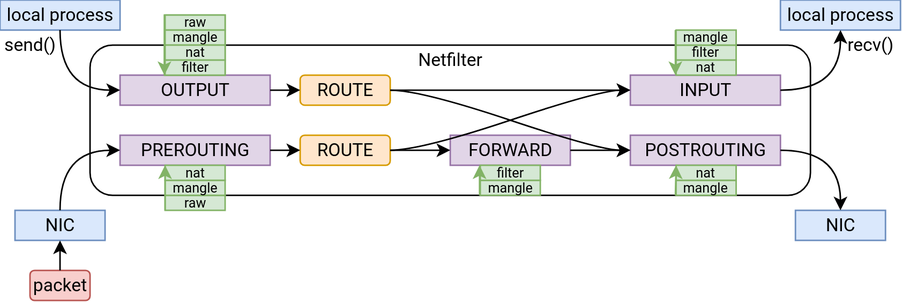
This is docs/images/netfilter-kernel-view-tables.svg from ustclug/Linux201-docs, a draw.io export, as it was before one commit. Source tidied: cells renumbered, new cells last; positions are measured from the earlier drawing's top-left corner, leaving out a move shared by most shapes. The source it was exported from:
```xml
<mxGraphModel>
  <root>
    <mxCell id="0" />
    <mxCell id="1" parent="0" />
    <mxCell id="2" style="rounded=1;whiteSpace=wrap;html=1;strokeColor=default;align=center;verticalAlign=middle;fontFamily=Roboto;fontSize=12;fontColor=default;fillColor=default;" parent="1" vertex="1">
      <mxGeometry x="60" y="30" width="480" height="100" as="geometry" />
    </mxCell>
    <mxCell id="3" value="PREROUTING" style="rounded=0;whiteSpace=wrap;html=1;fontFamily=Roboto;fillColor=#e1d5e7;strokeColor=#9673a6;" parent="1" vertex="1">
      <mxGeometry x="80" y="90" width="100" height="20" as="geometry" />
    </mxCell>
    <mxCell id="4" value="INPUT" style="rounded=0;whiteSpace=wrap;html=1;fontFamily=Roboto;fillColor=#e1d5e7;strokeColor=#9673a6;" parent="1" vertex="1">
      <mxGeometry x="420" y="50" width="100" height="20" as="geometry" />
    </mxCell>
    <mxCell id="5" value="OUTPUT" style="rounded=0;whiteSpace=wrap;html=1;fontFamily=Roboto;fillColor=#e1d5e7;strokeColor=#9673a6;" parent="1" vertex="1">
      <mxGeometry x="80" y="50" width="100" height="20" as="geometry" />
    </mxCell>
    <mxCell id="6" value="POSTROUTING" style="rounded=0;whiteSpace=wrap;html=1;fontFamily=Roboto;fillColor=#e1d5e7;strokeColor=#9673a6;" parent="1" vertex="1">
      <mxGeometry x="420" y="90" width="100" height="20" as="geometry" />
    </mxCell>
    <mxCell id="7" value="FORWARD" style="rounded=0;whiteSpace=wrap;html=1;fontFamily=Roboto;fillColor=#e1d5e7;strokeColor=#9673a6;" parent="1" vertex="1">
      <mxGeometry x="300" y="90" width="80" height="20" as="geometry" />
    </mxCell>
    <mxCell id="8" value="ROUTE" style="rounded=1;whiteSpace=wrap;html=1;fontFamily=Roboto;fillColor=#ffe6cc;strokeColor=#d79b00;" parent="1" vertex="1">
      <mxGeometry x="200" y="50" width="60" height="20" as="geometry" />
    </mxCell>
    <mxCell id="9" value="ROUTE" style="rounded=1;whiteSpace=wrap;html=1;fontFamily=Roboto;fillColor=#ffe6cc;strokeColor=#d79b00;" parent="1" vertex="1">
      <mxGeometry x="200" y="90" width="60" height="20" as="geometry" />
    </mxCell>
    <mxCell id="10" value="local process" style="rounded=0;whiteSpace=wrap;html=1;strokeColor=#6c8ebf;align=center;verticalAlign=middle;fontFamily=Roboto;fontSize=12;fillColor=#dae8fc;" parent="1" vertex="1">
      <mxGeometry width="80" height="20" as="geometry" />
    </mxCell>
    <mxCell id="11" value="send()" style="text;html=1;whiteSpace=wrap;strokeColor=none;fillColor=none;align=center;verticalAlign=middle;rounded=0;fontFamily=Roboto;fontSize=12;fontColor=default;" parent="1" vertex="1">
      <mxGeometry y="20" width="40" height="20" as="geometry" />
    </mxCell>
    <mxCell id="12" value="recv()" style="text;html=1;whiteSpace=wrap;strokeColor=none;fillColor=none;align=center;verticalAlign=middle;rounded=0;fontFamily=Roboto;fontSize=12;fontColor=default;" parent="1" vertex="1">
      <mxGeometry x="560" y="20" width="40" height="20" as="geometry" />
    </mxCell>
    <mxCell id="13" value="packet" style="rounded=1;whiteSpace=wrap;html=1;strokeColor=#b85450;align=center;verticalAlign=middle;fontFamily=Roboto;fontSize=12;fillColor=#f8cecc;" parent="1" vertex="1">
      <mxGeometry x="20" y="180" width="40" height="20" as="geometry" />
    </mxCell>
    <mxCell id="14" value="NIC" style="rounded=0;whiteSpace=wrap;html=1;strokeColor=#6c8ebf;align=center;verticalAlign=middle;fontFamily=Roboto;fontSize=12;fillColor=#dae8fc;" parent="1" vertex="1">
      <mxGeometry x="10" y="140" width="60" height="20" as="geometry" />
    </mxCell>
    <mxCell id="15" value="NIC" style="rounded=0;whiteSpace=wrap;html=1;strokeColor=#6c8ebf;align=center;verticalAlign=middle;fontFamily=Roboto;fontSize=12;fillColor=#dae8fc;" parent="1" vertex="1">
      <mxGeometry x="530" y="140" width="60" height="20" as="geometry" />
    </mxCell>
    <mxCell id="16" style="endArrow=classic;html=1;rounded=0;fontFamily=Roboto;fontSize=12;fontColor=default;" parent="1" edge="1">
      <mxGeometry relative="1" as="geometry">
        <mxPoint x="40" y="180" as="sourcePoint" />
        <mxPoint x="40" y="160" as="targetPoint" />
      </mxGeometry>
    </mxCell>
    <mxCell id="17" value="Netfilter" style="text;html=1;whiteSpace=wrap;strokeColor=none;fillColor=none;align=center;verticalAlign=middle;rounded=0;fontFamily=Roboto;fontSize=12;fontColor=default;" parent="1" vertex="1">
      <mxGeometry x="270" y="30" width="60" height="20" as="geometry" />
    </mxCell>
    <mxCell id="18" style="endArrow=classic;html=1;rounded=0;fontFamily=Roboto;fontSize=12;fontColor=default;exitX=1;exitY=0.5;exitDx=0;exitDy=0;entryX=0;entryY=0.5;entryDx=0;entryDy=0;" parent="1" edge="1" source="5" target="8">
      <mxGeometry relative="1" as="geometry" />
    </mxCell>
    <mxCell id="19" style="endArrow=classic;html=1;rounded=0;fontFamily=Roboto;fontSize=12;fontColor=default;exitX=1;exitY=0.5;exitDx=0;exitDy=0;entryX=0;entryY=0.5;entryDx=0;entryDy=0;" parent="1" edge="1" source="3" target="9">
      <mxGeometry relative="1" as="geometry" />
    </mxCell>
    <mxCell id="20" style="endArrow=classic;html=1;rounded=0;fontFamily=Roboto;fontSize=12;fontColor=default;exitX=1;exitY=0.5;exitDx=0;exitDy=0;entryX=0;entryY=0.5;entryDx=0;entryDy=0;" parent="1" edge="1" source="9" target="7">
      <mxGeometry relative="1" as="geometry" />
    </mxCell>
    <mxCell id="21" style="endArrow=classic;html=1;rounded=0;fontFamily=Roboto;fontSize=12;fontColor=default;exitX=1;exitY=0.5;exitDx=0;exitDy=0;entryX=0;entryY=0.5;entryDx=0;entryDy=0;" parent="1" edge="1" source="8" target="4">
      <mxGeometry relative="1" as="geometry" />
    </mxCell>
    <mxCell id="22" style="endArrow=classic;html=1;rounded=0;fontFamily=Roboto;fontSize=12;fontColor=default;exitX=1;exitY=0.5;exitDx=0;exitDy=0;entryX=0;entryY=0.5;entryDx=0;entryDy=0;" parent="1" edge="1" source="7" target="6">
      <mxGeometry relative="1" as="geometry" />
    </mxCell>
    <mxCell id="23" style="curved=1;endArrow=classic;html=1;rounded=0;fontFamily=Roboto;fontSize=12;fontColor=default;exitX=1;exitY=0.5;exitDx=0;exitDy=0;" parent="1" edge="1" source="8">
      <mxGeometry relative="1" as="geometry">
        <mxPoint x="420" y="100" as="targetPoint" />
        <Array as="points">
          <mxPoint x="280" y="60" />
          <mxPoint x="400" y="100" />
        </Array>
      </mxGeometry>
    </mxCell>
    <mxCell id="24" style="curved=1;endArrow=classic;html=1;rounded=0;fontFamily=Roboto;fontSize=12;fontColor=default;exitX=1;exitY=0.5;exitDx=0;exitDy=0;entryX=0;entryY=0.5;entryDx=0;entryDy=0;" parent="1" edge="1" source="9" target="4">
      <mxGeometry relative="1" as="geometry">
        <Array as="points">
          <mxPoint x="280" y="100" />
          <mxPoint x="400" y="60" />
        </Array>
      </mxGeometry>
    </mxCell>
    <mxCell id="25" value="local process" style="rounded=0;whiteSpace=wrap;html=1;strokeColor=#6c8ebf;align=center;verticalAlign=middle;fontFamily=Roboto;fontSize=12;fillColor=#dae8fc;" parent="1" vertex="1">
      <mxGeometry x="520" width="80" height="20" as="geometry" />
    </mxCell>
    <mxCell id="26" style="curved=1;endArrow=classic;html=1;rounded=0;fontFamily=Roboto;fontSize=12;fontColor=default;exitX=0.5;exitY=1;exitDx=0;exitDy=0;entryX=0;entryY=0.5;entryDx=0;entryDy=0;" parent="1" edge="1" source="10" target="5">
      <mxGeometry relative="1" as="geometry">
        <Array as="points">
          <mxPoint x="40" y="60" />
        </Array>
      </mxGeometry>
    </mxCell>
    <mxCell id="27" style="curved=1;endArrow=classic;html=1;rounded=0;fontFamily=Roboto;fontSize=12;fontColor=default;exitX=1;exitY=0.5;exitDx=0;exitDy=0;entryX=0.5;entryY=1;entryDx=0;entryDy=0;" parent="1" edge="1" source="4" target="25">
      <mxGeometry relative="1" as="geometry">
        <Array as="points">
          <mxPoint x="560" y="60" />
        </Array>
      </mxGeometry>
    </mxCell>
    <mxCell id="28" style="curved=1;endArrow=classic;html=1;rounded=0;fontFamily=Roboto;fontSize=12;fontColor=default;exitX=0.5;exitY=0;exitDx=0;exitDy=0;entryX=0;entryY=0.5;entryDx=0;entryDy=0;" parent="1" edge="1" source="14" target="3">
      <mxGeometry relative="1" as="geometry">
        <Array as="points">
          <mxPoint x="40" y="100" />
        </Array>
      </mxGeometry>
    </mxCell>
    <mxCell id="29" style="curved=1;endArrow=classic;html=1;rounded=0;fontFamily=Roboto;fontSize=12;fontColor=default;exitX=1;exitY=0.5;exitDx=0;exitDy=0;entryX=0.5;entryY=0;entryDx=0;entryDy=0;" parent="1" edge="1" source="6" target="15">
      <mxGeometry relative="1" as="geometry">
        <Array as="points">
          <mxPoint x="560" y="100" />
        </Array>
      </mxGeometry>
    </mxCell>
    <mxCell id="30" style="group;" parent="1" vertex="1">
      <mxGeometry x="319.5" y="110" width="40.5" height="20" as="geometry" />
    </mxCell>
    <mxCell id="31" value="mangle" style="rounded=0;whiteSpace=wrap;html=1;strokeColor=#82b366;align=center;verticalAlign=middle;fontFamily=Roboto;fontSize=9;fillColor=#d5e8d4;" parent="30" vertex="1">
      <mxGeometry x="0.5" y="10" width="40" height="10" as="geometry" />
    </mxCell>
    <mxCell id="32" value="filter" style="rounded=0;whiteSpace=wrap;html=1;strokeColor=#82b366;align=center;verticalAlign=middle;fontFamily=Roboto;fontSize=9;fillColor=#d5e8d4;" parent="30" vertex="1">
      <mxGeometry x="0.5" width="40" height="10" as="geometry" />
    </mxCell>
    <mxCell id="33" style="endArrow=classic;html=1;rounded=0;fontFamily=Roboto;fontSize=12;fontColor=default;fillColor=#d5e8d4;strokeColor=#82b366;" parent="30" edge="1">
      <mxGeometry relative="1" as="geometry">
        <mxPoint y="20" as="sourcePoint" />
        <mxPoint as="targetPoint" />
      </mxGeometry>
    </mxCell>
    <mxCell id="34" style="group;" parent="1" vertex="1">
      <mxGeometry x="110" y="110" width="40" height="30" as="geometry" />
    </mxCell>
    <mxCell id="35" value="raw" style="rounded=0;whiteSpace=wrap;html=1;strokeColor=#82b366;align=center;verticalAlign=middle;fontFamily=Roboto;fontSize=9;fillColor=#d5e8d4;" parent="34" vertex="1">
      <mxGeometry y="20" width="40" height="10" as="geometry" />
    </mxCell>
    <mxCell id="36" value="mangle" style="rounded=0;whiteSpace=wrap;html=1;strokeColor=#82b366;align=center;verticalAlign=middle;fontFamily=Roboto;fontSize=9;fillColor=#d5e8d4;" parent="34" vertex="1">
      <mxGeometry y="10" width="40" height="10" as="geometry" />
    </mxCell>
    <mxCell id="37" value="nat" style="rounded=0;whiteSpace=wrap;html=1;strokeColor=#82b366;align=center;verticalAlign=middle;fontFamily=Roboto;fontSize=9;fillColor=#d5e8d4;" parent="34" vertex="1">
      <mxGeometry width="40" height="10" as="geometry" />
    </mxCell>
    <mxCell id="38" style="endArrow=classic;html=1;rounded=0;fontFamily=Roboto;fontSize=12;fontColor=default;fillColor=#d5e8d4;strokeColor=#82b366;" parent="34" edge="1">
      <mxGeometry relative="1" as="geometry">
        <mxPoint y="30" as="sourcePoint" />
        <mxPoint as="targetPoint" />
      </mxGeometry>
    </mxCell>
    <mxCell id="39" style="group;fillColor=#d5e8d4;strokeColor=#82b366;" parent="1" vertex="1">
      <mxGeometry x="109.5" y="10" width="40.5" height="40" as="geometry" />
    </mxCell>
    <mxCell id="40" value="raw" style="rounded=0;whiteSpace=wrap;html=1;strokeColor=#82b366;align=center;verticalAlign=middle;fontFamily=Roboto;fontSize=9;fillColor=#d5e8d4;" parent="39" vertex="1">
      <mxGeometry x="0.5" width="40" height="10" as="geometry" />
    </mxCell>
    <mxCell id="41" value="mangle" style="rounded=0;whiteSpace=wrap;html=1;strokeColor=#82b366;align=center;verticalAlign=middle;fontFamily=Roboto;fontSize=9;fillColor=#d5e8d4;" parent="39" vertex="1">
      <mxGeometry x="0.5" y="10" width="40" height="10" as="geometry" />
    </mxCell>
    <mxCell id="42" value="nat" style="rounded=0;whiteSpace=wrap;html=1;strokeColor=#82b366;align=center;verticalAlign=middle;fontFamily=Roboto;fontSize=9;fillColor=#d5e8d4;" parent="39" vertex="1">
      <mxGeometry x="0.5" y="20" width="40" height="10" as="geometry" />
    </mxCell>
    <mxCell id="43" value="filter" style="rounded=0;whiteSpace=wrap;html=1;strokeColor=#82b366;align=center;verticalAlign=middle;fontFamily=Roboto;fontSize=9;fillColor=#d5e8d4;" parent="39" vertex="1">
      <mxGeometry x="0.5" y="30" width="40" height="10" as="geometry" />
    </mxCell>
    <mxCell id="44" style="endArrow=classic;html=1;rounded=0;fontFamily=Roboto;fontSize=12;fontColor=default;fillColor=#d5e8d4;strokeColor=#82b366;" parent="39" edge="1">
      <mxGeometry relative="1" as="geometry">
        <mxPoint x="0.2" as="sourcePoint" />
        <mxPoint y="40" as="targetPoint" />
      </mxGeometry>
    </mxCell>
    <mxCell id="45" style="group;" parent="1" vertex="1">
      <mxGeometry x="450" y="110" width="40.5" height="20" as="geometry" />
    </mxCell>
    <mxCell id="46" value="mangle" style="rounded=0;whiteSpace=wrap;html=1;strokeColor=#82b366;align=center;verticalAlign=middle;fontFamily=Roboto;fontSize=9;fillColor=#d5e8d4;" parent="45" vertex="1">
      <mxGeometry x="0.5" y="10" width="40" height="10" as="geometry" />
    </mxCell>
    <mxCell id="47" value="nat" style="rounded=0;whiteSpace=wrap;html=1;strokeColor=#82b366;align=center;verticalAlign=middle;fontFamily=Roboto;fontSize=9;fillColor=#d5e8d4;" parent="45" vertex="1">
      <mxGeometry x="0.5" width="40" height="10" as="geometry" />
    </mxCell>
    <mxCell id="48" style="endArrow=classic;html=1;rounded=0;fontFamily=Roboto;fontSize=12;fontColor=default;fillColor=#d5e8d4;strokeColor=#82b366;" parent="45" edge="1">
      <mxGeometry relative="1" as="geometry">
        <mxPoint y="20" as="sourcePoint" />
        <mxPoint x="0.5" as="targetPoint" />
      </mxGeometry>
    </mxCell>
    <mxCell id="49" style="group;" parent="1" vertex="1">
      <mxGeometry x="450" y="20" width="40.5" height="30" as="geometry" />
    </mxCell>
    <mxCell id="50" value="filter" style="rounded=0;whiteSpace=wrap;html=1;strokeColor=#82b366;align=center;verticalAlign=middle;fontFamily=Roboto;fontSize=9;fillColor=#d5e8d4;" parent="49" vertex="1">
      <mxGeometry x="0.5" y="10" width="40" height="10" as="geometry" />
    </mxCell>
    <mxCell id="51" value="mangle" style="rounded=0;whiteSpace=wrap;html=1;strokeColor=#82b366;align=center;verticalAlign=middle;fontFamily=Roboto;fontSize=9;fillColor=#d5e8d4;" parent="49" vertex="1">
      <mxGeometry x="0.5" width="40" height="10" as="geometry" />
    </mxCell>
    <mxCell id="52" value="nat" style="rounded=0;whiteSpace=wrap;html=1;strokeColor=#82b366;align=center;verticalAlign=middle;fontFamily=Roboto;fontSize=9;fillColor=#d5e8d4;" parent="49" vertex="1">
      <mxGeometry x="0.5" y="20" width="40" height="10" as="geometry" />
    </mxCell>
    <mxCell id="53" style="endArrow=classic;html=1;rounded=0;fontFamily=Roboto;fontSize=12;fontColor=default;fillColor=#d5e8d4;strokeColor=#82b366;" parent="49" edge="1">
      <mxGeometry relative="1" as="geometry">
        <mxPoint as="sourcePoint" />
        <mxPoint y="30" as="targetPoint" />
      </mxGeometry>
    </mxCell>
  </root>
</mxGraphModel>
```
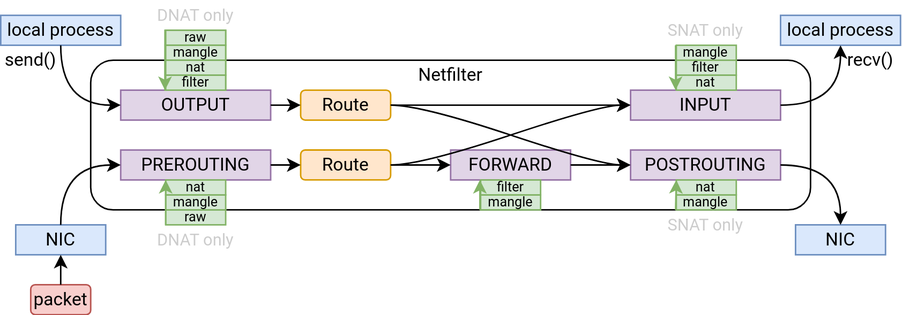
Later version of the same file.

Diff of the diagram source:
```diff
@@ -20,10 +20,10 @@
     <mxCell id="7" value="FORWARD" style="rounded=0;whiteSpace=wrap;html=1;fontFamily=Roboto;fillColor=#e1d5e7;strokeColor=#9673a6;" parent="1" vertex="1">
       <mxGeometry x="300" y="90" width="80" height="20" as="geometry" />
     </mxCell>
-    <mxCell id="8" value="ROUTE" style="rounded=1;whiteSpace=wrap;html=1;fontFamily=Roboto;fillColor=#ffe6cc;strokeColor=#d79b00;" parent="1" vertex="1">
+    <mxCell id="8" value="Route" style="rounded=1;whiteSpace=wrap;html=1;fontFamily=Roboto;fillColor=#ffe6cc;strokeColor=#d79b00;" parent="1" vertex="1">
       <mxGeometry x="200" y="50" width="60" height="20" as="geometry" />
     </mxCell>
-    <mxCell id="9" value="ROUTE" style="rounded=1;whiteSpace=wrap;html=1;fontFamily=Roboto;fillColor=#ffe6cc;strokeColor=#d79b00;" parent="1" vertex="1">
+    <mxCell id="9" value="Route" style="rounded=1;whiteSpace=wrap;html=1;fontFamily=Roboto;fillColor=#ffe6cc;strokeColor=#d79b00;" parent="1" vertex="1">
       <mxGeometry x="200" y="90" width="60" height="20" as="geometry" />
     </mxCell>
     <mxCell id="10" value="local process" style="rounded=0;whiteSpace=wrap;html=1;strokeColor=#6c8ebf;align=center;verticalAlign=middle;fontFamily=Roboto;fontSize=12;fillColor=#dae8fc;" parent="1" vertex="1">
@@ -203,5 +203,17 @@
         <mxPoint y="30" as="targetPoint" />
       </mxGeometry>
     </mxCell>
+    <mxCell id="54" value="DNAT only" style="text;html=1;whiteSpace=wrap;strokeColor=none;fillColor=none;align=center;verticalAlign=middle;rounded=0;fontFamily=Roboto;fontSize=11;fontColor=#CCCCCC;" parent="1" vertex="1">
+      <mxGeometry x="100" y="140" width="60" height="20" as="geometry" />
+    </mxCell>
+    <mxCell id="55" value="SNAT only" style="text;html=1;whiteSpace=wrap;strokeColor=none;fillColor=none;align=center;verticalAlign=middle;rounded=0;fontFamily=Roboto;fontSize=11;fontColor=#CCCCCC;" parent="1" vertex="1">
+      <mxGeometry x="440" y="130" width="60" height="20" as="geometry" />
+    </mxCell>
+    <mxCell id="56" value="SNAT only" style="text;html=1;whiteSpace=wrap;strokeColor=none;fillColor=none;align=center;verticalAlign=middle;rounded=0;fontFamily=Roboto;fontSize=11;fontColor=#CCCCCC;" parent="1" vertex="1">
+      <mxGeometry x="440" width="60" height="20" as="geometry" />
+    </mxCell>
+    <mxCell id="57" value="DNAT only" style="text;html=1;whiteSpace=wrap;strokeColor=none;fillColor=none;align=center;verticalAlign=middle;rounded=0;fontFamily=Roboto;fontSize=11;fontColor=#CCCCCC;" parent="1" vertex="1">
+      <mxGeometry x="99.8" y="-10" width="60" height="20" as="geometry" />
+    </mxCell>
   </root>
 </mxGraphModel>
```
